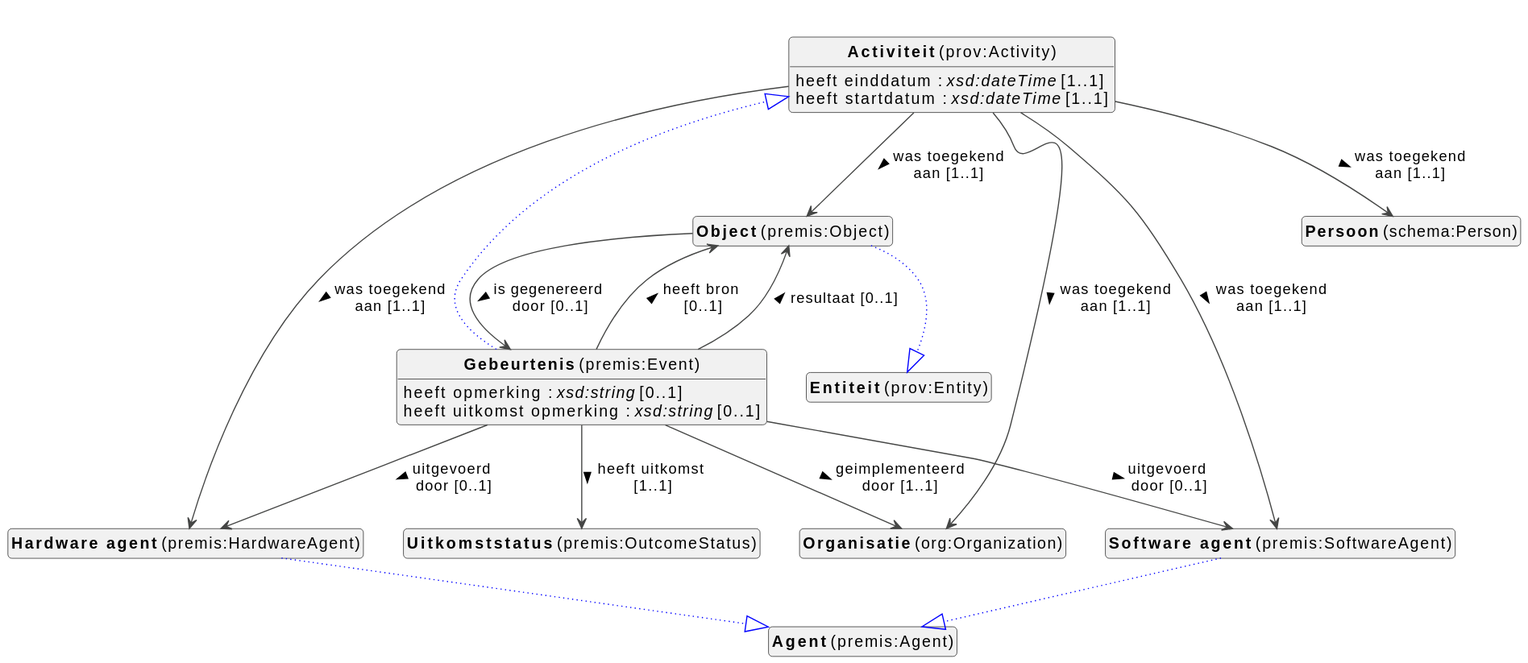
This is docs/metadata/modellen/0.0.1/events/nl/events-diagram.svg from viaacode/documentation-jekyll, a PlantUML export, as it was before one commit.
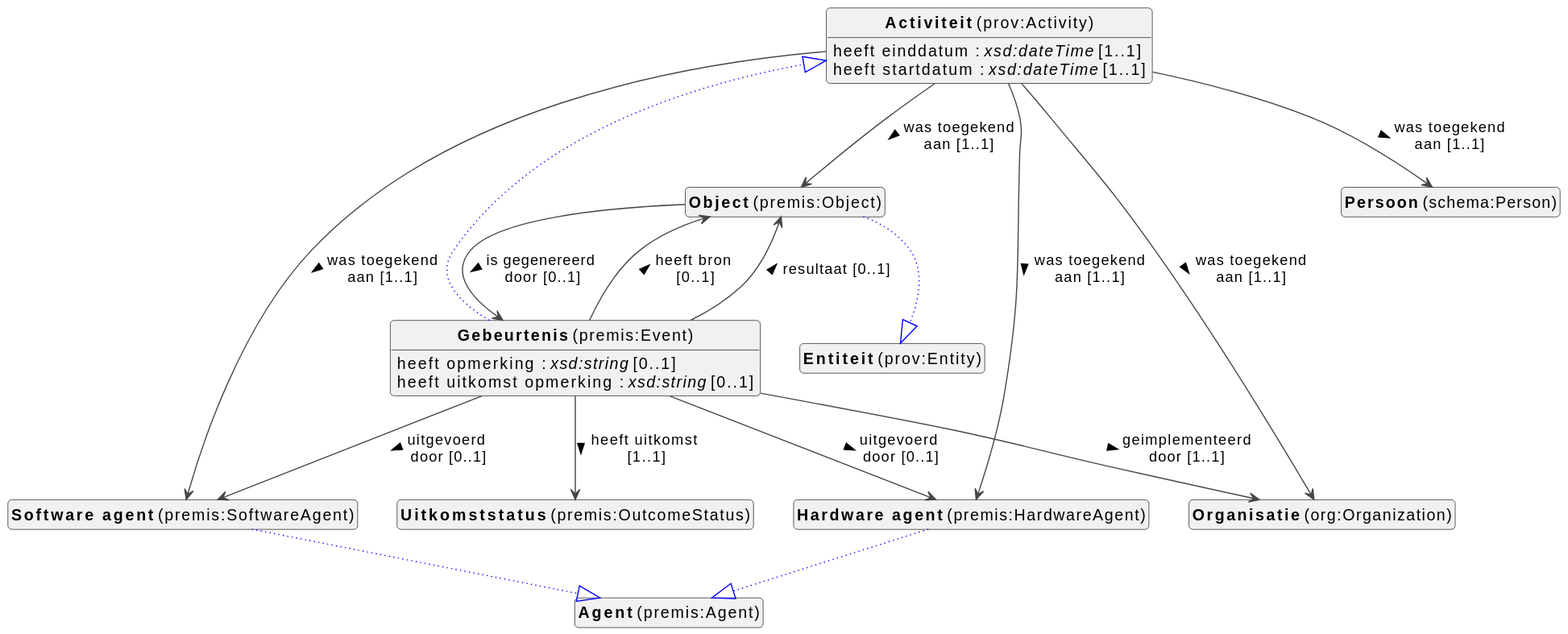
After the commit.

Diff of the diagram source:
```diff
@@ -13,13 +13,13 @@
 class "<b>Activiteit</b> (prov:Activity)" as prov_Activity [[#prov%3AActivity]]
 class "<b>Object</b> (premis:Object)" as premis_Object [[#premis%3AObject]]
 class "<b>Entiteit</b> (prov:Entity)" as prov_Entity [[#prov%3AEntity]]
+class "<b>Persoon</b> (schema:Person)" as schema_Person [[#schema%3APerson]]
 class "<b>Uitkomststatus</b> (premis:OutcomeStatus)" as premis_OutcomeStatus [[#premis%3AOutcomeStatus]]
+class "<b>Organisatie</b> (org:Organization)" as org_Organization [[#org%3AOrganization]]
 class "<b>Software agent</b> (premis:SoftwareAgent)" as premis_SoftwareAgent [[#premis%3ASoftwareAgent]]
 class "<b>Agent</b> (premis:Agent)" as premis_Agent [[#premis%3AAgent]]
 class "<b>Hardware agent</b> (premis:HardwareAgent)" as premis_HardwareAgent [[#premis%3AHardwareAgent]]
 class "<b>Agent</b> (premis:Agent)" as premis_Agent [[#premis%3AAgent]]
-class "<b>Persoon</b> (schema:Person)" as schema_Person [[#schema%3APerson]]
-class "<b>Organisatie</b> (org:Organization)" as org_Organization [[#org%3AOrganization]]
 
 
 prov_Activity : heeft einddatum : <i>xsd:dateTime</i> [1..1]
@@ -59,6 +59,10 @@
 
 
 
+
+
+
+
 premis_SoftwareAgent --|> premis_Agent #blue;line.dotted;text:blue
 
 
@@ -66,10 +70,6 @@
 
 
 
-
-
-
-
 hide circle
 hide methods
 hide empty members
```
